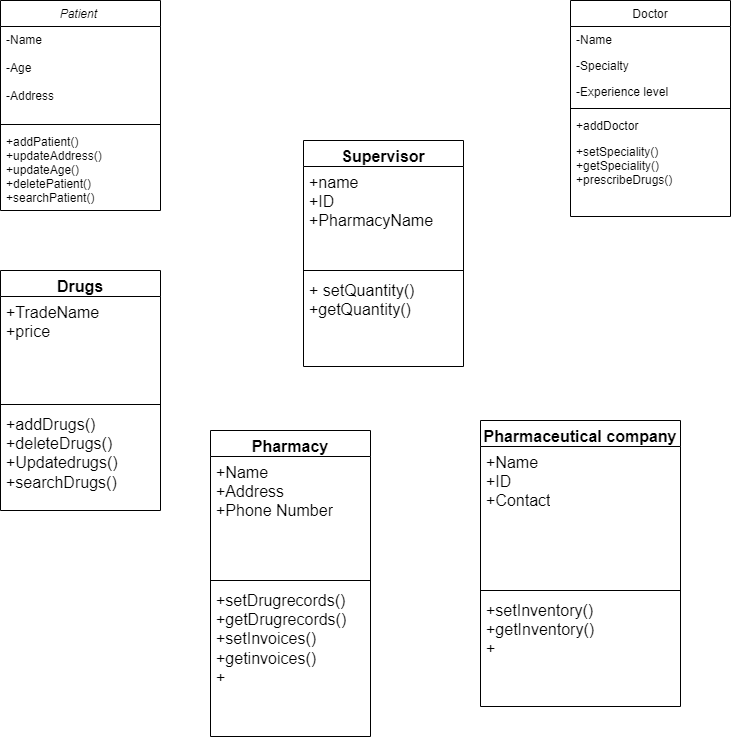
This is classdiagram.drawio.png from jeremywanjohi/DrugDispenser, a draw.io export, as it was before one commit. Source tidied: cells renumbered, new cells last; positions are measured from the earlier drawing's top-left corner, leaving out a move shared by most shapes.
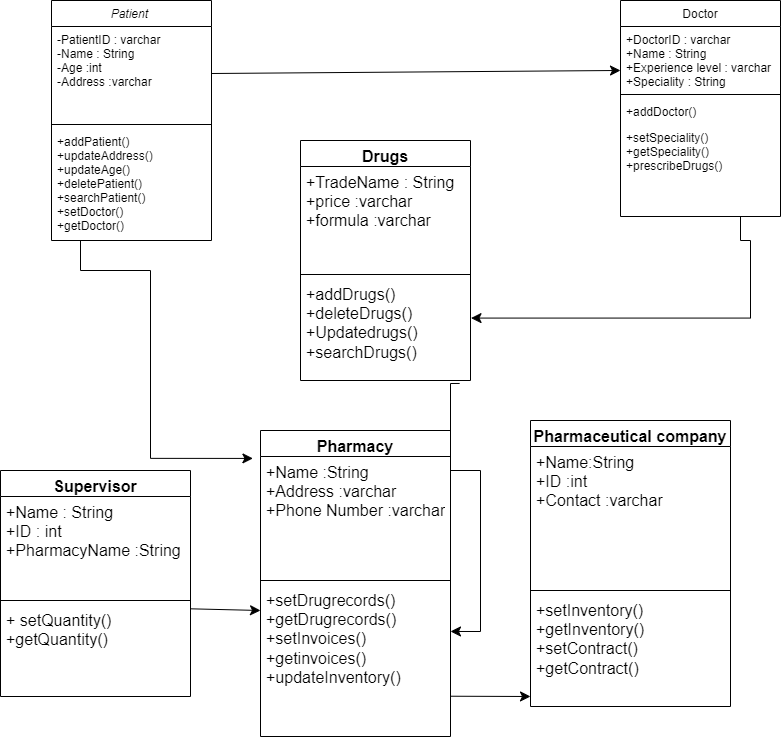
Above is the later version.

Diff of the diagram source:
```diff
@@ -3,88 +3,123 @@
     <mxCell id="0" />
     <mxCell id="1" parent="0" />
     <mxCell id="2" value="Patient " style="swimlane;fontStyle=2;align=center;verticalAlign=top;horizontal=1;startSize=26;rounded=0;shadow=0;strokeWidth=1;" parent="1" vertex="1">
-      <mxGeometry width="160" height="210" as="geometry" />
+      <mxGeometry x="1" width="160" height="240" as="geometry" />
     </mxCell>
-    <mxCell id="3" value="-Name&#10;&#10;-Age &#10;&#10;-Address&#10;&#10;" style="text;align=left;verticalAlign=top;spacingLeft=4;spacingRight=4;overflow=hidden;points=[[0,0.5],[1,0.5]];portConstraint=eastwest;" parent="2" vertex="1">
+    <mxCell id="3" value="-PatientID : varchar &#10;-Name : String&#10;-Age :int&#10;-Address :varchar&#10;&#10;" style="text;align=left;verticalAlign=top;spacingLeft=4;spacingRight=4;overflow=hidden;points=[[0,0.5],[1,0.5]];portConstraint=eastwest;" parent="2" vertex="1">
       <mxGeometry y="26" width="160" height="94" as="geometry" />
     </mxCell>
     <mxCell id="4" style="line;html=1;strokeWidth=1;align=left;verticalAlign=middle;spacingTop=-1;spacingLeft=3;spacingRight=3;labelPosition=right;" parent="2" vertex="1">
       <mxGeometry y="120" width="160" height="8" as="geometry" />
     </mxCell>
-    <mxCell id="5" value="+addPatient()&#10;+updateAddress()&#10;+updateAge()&#10;+deletePatient()&#10;+searchPatient()" style="text;align=left;verticalAlign=top;spacingLeft=4;spacingRight=4;overflow=hidden;" parent="2" vertex="1">
-      <mxGeometry y="128" width="160" height="82" as="geometry" />
+    <mxCell id="5" value="+addPatient() &#10;+updateAddress() &#10;+updateAge()&#10;+deletePatient()&#10;+searchPatient()&#10;+setDoctor()&#10;+getDoctor()&#10;" style="text;align=left;verticalAlign=top;spacingLeft=4;spacingRight=4;overflow=hidden;" parent="2" vertex="1">
+      <mxGeometry y="128" width="160" height="112" as="geometry" />
     </mxCell>
     <mxCell id="6" value="Doctor" style="swimlane;fontStyle=0;align=center;verticalAlign=top;horizontal=1;startSize=26;rounded=0;shadow=0;strokeWidth=1;" parent="1" vertex="1">
       <mxGeometry x="570" width="160" height="216" as="geometry" />
     </mxCell>
-    <mxCell id="7" value="-Name&#10;" style="text;align=left;verticalAlign=top;spacingLeft=4;spacingRight=4;overflow=hidden;points=[[0,0.5],[1,0.5]];portConstraint=eastwest;" parent="6" vertex="1">
-      <mxGeometry y="26" width="160" height="26" as="geometry" />
+    <mxCell id="7" value="+DoctorID : varchar&#10;+Name : String&#10;+Experience level : varchar&#10;+Speciality : String&#10;" style="text;align=left;verticalAlign=top;spacingLeft=4;spacingRight=4;overflow=hidden;points=[[0,0.5],[1,0.5]];portConstraint=eastwest;" parent="6" vertex="1">
+      <mxGeometry y="26" width="160" height="64" as="geometry" />
     </mxCell>
-    <mxCell id="8" value="-Specialty" style="text;align=left;verticalAlign=top;spacingLeft=4;spacingRight=4;overflow=hidden;rounded=0;shadow=0;html=0;" parent="6" vertex="1">
-      <mxGeometry y="52" width="160" height="26" as="geometry" />
-    </mxCell>
-    <mxCell id="9" value="-Experience level " style="text;align=left;verticalAlign=top;spacingLeft=4;spacingRight=4;overflow=hidden;rounded=0;shadow=0;html=0;" parent="6" vertex="1">
-      <mxGeometry y="78" width="160" height="26" as="geometry" />
-    </mxCell>
     <mxCell id="10" style="line;html=1;strokeWidth=1;align=left;verticalAlign=middle;spacingTop=-1;spacingLeft=3;spacingRight=3;labelPosition=right;" parent="6" vertex="1">
-      <mxGeometry y="104" width="160" height="8" as="geometry" />
+      <mxGeometry y="90" width="160" height="8" as="geometry" />
     </mxCell>
-    <mxCell id="11" value="+addDoctor" style="text;align=left;verticalAlign=top;spacingLeft=4;spacingRight=4;overflow=hidden;" parent="6" vertex="1">
-      <mxGeometry y="112" width="160" height="26" as="geometry" />
+    <mxCell id="11" value="+addDoctor()" style="text;align=left;verticalAlign=top;spacingLeft=4;spacingRight=4;overflow=hidden;" parent="6" vertex="1">
+      <mxGeometry y="98" width="160" height="26" as="geometry" />
     </mxCell>
     <mxCell id="12" value="+setSpeciality()&#10;+getSpeciality()&#10;+prescribeDrugs()" style="text;align=left;verticalAlign=top;spacingLeft=4;spacingRight=4;overflow=hidden;" parent="6" vertex="1">
-      <mxGeometry y="138" width="160" height="62" as="geometry" />
+      <mxGeometry y="124" width="160" height="62" as="geometry" />
     </mxCell>
     <mxCell id="13" value="Drugs" style="swimlane;fontStyle=1;align=center;verticalAlign=top;horizontal=1;startSize=26;whiteSpace=wrap;html=1;fontSize=16;" parent="1" vertex="1">
-      <mxGeometry y="270" width="160" height="240" as="geometry" />
+      <mxGeometry x="250" y="140" width="170" height="240" as="geometry" />
     </mxCell>
-    <mxCell id="14" value="+TradeName&amp;nbsp;&lt;br&gt;+price&amp;nbsp;" style="text;strokeColor=none;fillColor=none;align=left;verticalAlign=top;spacingLeft=4;spacingRight=4;overflow=hidden;whiteSpace=wrap;html=1;fontSize=16;" parent="13" vertex="1">
-      <mxGeometry y="26" width="160" height="104" as="geometry" />
+    <mxCell id="14" value="+TradeName : String&amp;nbsp;&lt;br&gt;+price :varchar&lt;br&gt;+formula :varchar" style="text;strokeColor=none;fillColor=none;align=left;verticalAlign=top;spacingLeft=4;spacingRight=4;overflow=hidden;whiteSpace=wrap;html=1;fontSize=16;" parent="13" vertex="1">
+      <mxGeometry y="26" width="170" height="104" as="geometry" />
     </mxCell>
     <mxCell id="15" style="line;strokeWidth=1;fillColor=none;align=left;verticalAlign=middle;spacingTop=-1;spacingLeft=3;spacingRight=3;labelPosition=right;strokeColor=inherit;fontSize=16;" parent="13" vertex="1">
-      <mxGeometry y="130" width="160" height="8" as="geometry" />
+      <mxGeometry y="130" width="170" height="8" as="geometry" />
     </mxCell>
     <mxCell id="16" value="+addDrugs()&lt;br&gt;+deleteDrugs()&lt;br&gt;+Updatedrugs()&lt;br&gt;+searchDrugs()" style="text;strokeColor=none;fillColor=none;align=left;verticalAlign=top;spacingLeft=4;spacingRight=4;overflow=hidden;points=[[0,0.5],[1,0.5]];portConstraint=eastwest;whiteSpace=wrap;html=1;fontSize=16;" parent="13" vertex="1">
-      <mxGeometry y="138" width="160" height="102" as="geometry" />
+      <mxGeometry y="138" width="170" height="102" as="geometry" />
     </mxCell>
     <mxCell id="17" value="Pharmacy" style="swimlane;fontStyle=1;align=center;verticalAlign=top;horizontal=1;startSize=26;whiteSpace=wrap;html=1;fontSize=16;" parent="1" vertex="1">
-      <mxGeometry x="210" y="430" width="160" height="306" as="geometry" />
+      <mxGeometry x="210" y="430" width="190" height="306" as="geometry" />
     </mxCell>
-    <mxCell id="18" value="+Name&lt;br&gt;+Address&lt;br&gt;+Phone Number" style="text;strokeColor=none;fillColor=none;align=left;verticalAlign=top;spacingLeft=4;spacingRight=4;overflow=hidden;points=[[0,0.5],[1,0.5]];portConstraint=eastwest;whiteSpace=wrap;html=1;fontSize=16;" parent="17" vertex="1">
-      <mxGeometry y="26" width="160" height="120" as="geometry" />
+    <mxCell id="18" value="+Name :String&lt;br&gt;+Address :varchar&lt;br&gt;+Phone Number :varchar" style="text;strokeColor=none;fillColor=none;align=left;verticalAlign=top;spacingLeft=4;spacingRight=4;overflow=hidden;points=[[0,0.5],[1,0.5]];portConstraint=eastwest;whiteSpace=wrap;html=1;fontSize=16;" parent="17" vertex="1">
+      <mxGeometry y="26" width="190" height="120" as="geometry" />
     </mxCell>
     <mxCell id="19" style="line;strokeWidth=1;fillColor=none;align=left;verticalAlign=middle;spacingTop=-1;spacingLeft=3;spacingRight=3;labelPosition=right;strokeColor=inherit;fontSize=16;" parent="17" vertex="1">
-      <mxGeometry y="146" width="160" height="8" as="geometry" />
+      <mxGeometry y="146" width="190" height="8" as="geometry" />
     </mxCell>
-    <mxCell id="20" value="+setDrugrecords()&lt;br&gt;+getDrugrecords()&lt;br&gt;+setInvoices()&lt;br&gt;+getinvoices()&lt;br&gt;+" style="text;strokeColor=none;fillColor=none;align=left;verticalAlign=top;spacingLeft=4;spacingRight=4;overflow=hidden;points=[[0,0.5],[1,0.5]];portConstraint=eastwest;whiteSpace=wrap;html=1;fontSize=16;" parent="17" vertex="1">
-      <mxGeometry y="154" width="160" height="152" as="geometry" />
+    <mxCell id="20" value="+setDrugrecords()&lt;br&gt;+getDrugrecords()&lt;br&gt;+setInvoices()&lt;br&gt;+getinvoices()&lt;br&gt;+updateInventory()" style="text;strokeColor=none;fillColor=none;align=left;verticalAlign=top;spacingLeft=4;spacingRight=4;overflow=hidden;points=[[0,0.5],[1,0.5]];portConstraint=eastwest;whiteSpace=wrap;html=1;fontSize=16;" parent="17" vertex="1">
+      <mxGeometry y="154" width="190" height="152" as="geometry" />
     </mxCell>
     <mxCell id="21" value="Pharmaceutical company" style="swimlane;fontStyle=1;align=center;verticalAlign=top;horizontal=1;startSize=26;whiteSpace=wrap;html=1;fontSize=16;" parent="1" vertex="1">
       <mxGeometry x="480" y="420" width="200" height="286" as="geometry" />
     </mxCell>
-    <mxCell id="22" value="+Name&lt;br&gt;+ID&lt;br&gt;+Contact" style="text;strokeColor=none;fillColor=none;align=left;verticalAlign=top;spacingLeft=4;spacingRight=4;overflow=hidden;whiteSpace=wrap;html=1;fontSize=16;" parent="21" vertex="1">
+    <mxCell id="22" value="+Name:String&lt;br&gt;+ID :int&amp;nbsp;&lt;br&gt;+Contact :varchar" style="text;strokeColor=none;fillColor=none;align=left;verticalAlign=top;spacingLeft=4;spacingRight=4;overflow=hidden;whiteSpace=wrap;html=1;fontSize=16;" parent="21" vertex="1">
       <mxGeometry y="26" width="200" height="140" as="geometry" />
     </mxCell>
     <mxCell id="23" style="line;strokeWidth=1;fillColor=none;align=left;verticalAlign=middle;spacingTop=-1;spacingLeft=3;spacingRight=3;labelPosition=right;strokeColor=inherit;fontSize=16;" parent="21" vertex="1">
       <mxGeometry y="166" width="200" height="8" as="geometry" />
     </mxCell>
-    <mxCell id="24" value="+setInventory()&lt;br&gt;+getInventory()&lt;br&gt;+" style="text;strokeColor=none;fillColor=none;align=left;verticalAlign=top;spacingLeft=4;spacingRight=4;overflow=hidden;whiteSpace=wrap;html=1;fontSize=16;" parent="21" vertex="1">
+    <mxCell id="24" value="+setInventory()&lt;br&gt;+getInventory()&lt;br&gt;+setContract()&lt;br&gt;+getContract()" style="text;strokeColor=none;fillColor=none;align=left;verticalAlign=top;spacingLeft=4;spacingRight=4;overflow=hidden;whiteSpace=wrap;html=1;fontSize=16;" parent="21" vertex="1">
       <mxGeometry y="174" width="200" height="112" as="geometry" />
     </mxCell>
     <mxCell id="25" value="Supervisor" style="swimlane;fontStyle=1;align=center;verticalAlign=top;horizontal=1;startSize=26;whiteSpace=wrap;html=1;fontSize=16;" parent="1" vertex="1">
-      <mxGeometry x="303" y="140" width="160" height="226" as="geometry" />
+      <mxGeometry x="-50" y="470" width="190" height="226" as="geometry" />
     </mxCell>
-    <mxCell id="26" value="+name&lt;br&gt;+ID&lt;br&gt;+PharmacyName" style="text;strokeColor=none;fillColor=none;align=left;verticalAlign=top;spacingLeft=4;spacingRight=4;overflow=hidden;whiteSpace=wrap;html=1;fontSize=16;" parent="25" vertex="1">
-      <mxGeometry y="26" width="160" height="100" as="geometry" />
+    <mxCell id="26" value="+Name : String&lt;br&gt;+ID : int&amp;nbsp;&lt;br&gt;+PharmacyName :String" style="text;strokeColor=none;fillColor=none;align=left;verticalAlign=top;spacingLeft=4;spacingRight=4;overflow=hidden;whiteSpace=wrap;html=1;fontSize=16;" parent="25" vertex="1">
+      <mxGeometry y="26" width="190" height="100" as="geometry" />
     </mxCell>
     <mxCell id="27" style="line;strokeWidth=1;fillColor=none;align=left;verticalAlign=middle;spacingTop=-1;spacingLeft=3;spacingRight=3;labelPosition=right;strokeColor=inherit;fontSize=16;" parent="25" vertex="1">
-      <mxGeometry y="126" width="160" height="8" as="geometry" />
+      <mxGeometry y="126" width="190" height="8" as="geometry" />
     </mxCell>
     <mxCell id="28" value="+ setQuantity()&lt;br&gt;+getQuantity()&lt;br&gt;" style="text;strokeColor=none;fillColor=none;align=left;verticalAlign=top;spacingLeft=4;spacingRight=4;overflow=hidden;points=[[0,0.5],[1,0.5]];portConstraint=eastwest;whiteSpace=wrap;html=1;fontSize=16;" parent="25" vertex="1">
-      <mxGeometry y="134" width="160" height="92" as="geometry" />
+      <mxGeometry y="134" width="190" height="92" as="geometry" />
     </mxCell>
     <mxCell id="29" style="edgeStyle=none;curved=1;rounded=0;orthogonalLoop=1;jettySize=auto;html=1;exitX=0.75;exitY=0;exitDx=0;exitDy=0;fontSize=12;startSize=8;endSize=8;" parent="1" edge="1" source="17" target="17">
       <mxGeometry relative="1" as="geometry" />
     </mxCell>
+    <mxCell id="30" style="edgeStyle=segmentEdgeStyle;endArrow=classic;html=1;curved=0;rounded=0;endSize=8;startSize=8;sourcePerimeterSpacing=0;targetPerimeterSpacing=0;fontSize=12;entryX=-0.04;entryY=0.016;entryDx=0;entryDy=0;entryPerimeter=0;" parent="1" edge="1" target="18">
+      <mxGeometry relative="1" as="geometry">
+        <mxPoint x="30" y="240" as="sourcePoint" />
+        <Array as="points">
+          <mxPoint x="30" y="270" />
+          <mxPoint x="100" y="270" />
+          <mxPoint x="100" y="458" />
+        </Array>
+      </mxGeometry>
+    </mxCell>
+    <mxCell id="31" style="edgeStyle=segmentEdgeStyle;endArrow=classic;html=1;curved=0;rounded=0;endSize=8;startSize=8;sourcePerimeterSpacing=0;targetPerimeterSpacing=0;fontSize=12;entryX=1.003;entryY=0.388;entryDx=0;entryDy=0;entryPerimeter=0;exitX=0.75;exitY=1;exitDx=0;exitDy=0;" parent="1" edge="1" source="6" target="16">
+      <mxGeometry relative="1" as="geometry">
+        <Array as="points">
+          <mxPoint x="690" y="240" />
+          <mxPoint x="700" y="240" />
+          <mxPoint x="700" y="318" />
+        </Array>
+      </mxGeometry>
+    </mxCell>
+    <mxCell id="32" style="edgeStyle=none;jettySize=auto;html=1;rounded=0;fontSize=12;startSize=8;endSize=8;curved=1;exitX=1;exitY=0.5;exitDx=0;exitDy=0;entryX=0;entryY=0.687;entryDx=0;entryDy=0;entryPerimeter=0;" parent="1" edge="1" source="3" target="7">
+      <mxGeometry relative="1" as="geometry" />
+    </mxCell>
+    <mxCell id="33" style="edgeStyle=none;jettySize=auto;html=1;rounded=0;fontSize=12;startSize=8;endSize=8;curved=1;exitX=1.002;exitY=0.047;exitDx=0;exitDy=0;exitPerimeter=0;" parent="1" edge="1" source="28">
+      <mxGeometry relative="1" as="geometry">
+        <mxPoint x="210" y="610" as="targetPoint" />
+      </mxGeometry>
+    </mxCell>
+    <mxCell id="34" style="edgeStyle=segmentEdgeStyle;endArrow=classic;html=1;curved=0;rounded=0;endSize=8;startSize=8;sourcePerimeterSpacing=0;targetPerimeterSpacing=0;fontSize=12;exitX=0.936;exitY=1.029;exitDx=0;exitDy=0;exitPerimeter=0;entryX=1;entryY=0.309;entryDx=0;entryDy=0;entryPerimeter=0;" parent="1" edge="1" source="16" target="20">
+      <mxGeometry relative="1" as="geometry">
+        <Array as="points">
+          <mxPoint x="400" y="470" />
+          <mxPoint x="430" y="470" />
+          <mxPoint x="430" y="631" />
+        </Array>
+      </mxGeometry>
+    </mxCell>
+    <mxCell id="35" style="edgeStyle=none;jettySize=auto;html=1;rounded=0;fontSize=12;startSize=8;endSize=8;curved=1;exitX=1.001;exitY=0.735;exitDx=0;exitDy=0;exitPerimeter=0;" parent="1" edge="1" source="20">
+      <mxGeometry relative="1" as="geometry">
+        <mxPoint x="480" y="696" as="targetPoint" />
+      </mxGeometry>
+    </mxCell>
   </root>
 </mxGraphModel>
```
